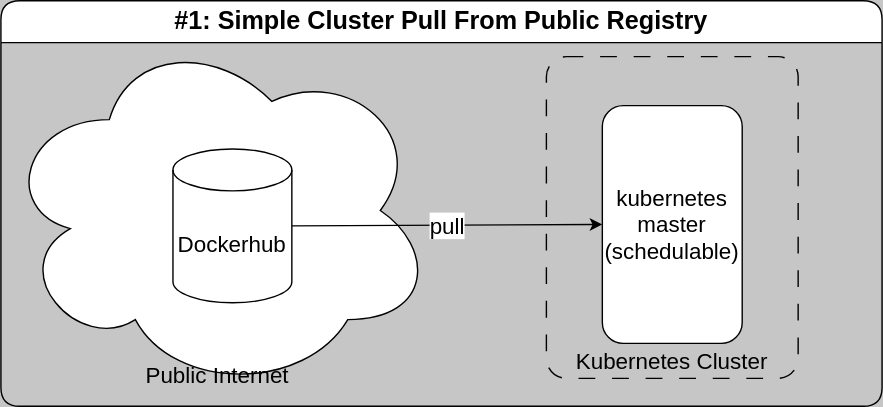
Earlier version of the draw.io export content/explainer/container-oci-registry/pull-a-public-container-image/1-simple-k8s-pull-from-public.drawio.svg (doughgle/doughgle.github.io). Source tidied: cells renumbered, new cells last; positions are measured from the earlier drawing's top-left corner, leaving out a move shared by most shapes.
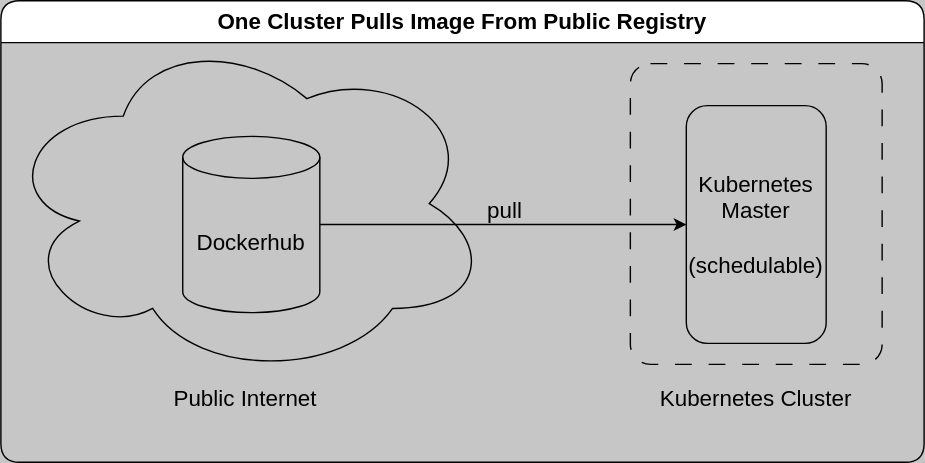
Later version of the same file.

Change to the diagram source:
```diff
@@ -2,23 +2,29 @@
   <root>
     <mxCell id="0" />
     <mxCell id="1" parent="0" />
-    <mxCell id="2" value="#1: Simple Cluster Pull From Public Registry" style="swimlane;whiteSpace=wrap;html=1;hachureGap=4;fontFamily=Helvetica;fontSize=18;rounded=1;startSize=30;" parent="1" vertex="1">
-      <mxGeometry width="630" height="290" as="geometry" />
+    <mxCell id="2" value="One Cluster Pulls Image From Public Registry" style="swimlane;whiteSpace=wrap;html=1;hachureGap=4;fontFamily=Helvetica;fontSize=16;rounded=1;startSize=30;swimlaneLine=1;" parent="1" vertex="1">
+      <mxGeometry width="660" height="330" as="geometry" />
     </mxCell>
-    <mxCell id="3" value="Public Internet" style="ellipse;shape=cloud;whiteSpace=wrap;html=1;fontSize=16;verticalAlign=bottom;" parent="2" vertex="1">
-      <mxGeometry y="20" width="310" height="260" as="geometry" />
+    <mxCell id="3" style="ellipse;shape=cloud;whiteSpace=wrap;html=1;fontSize=16;verticalAlign=bottom;swimlaneLine=1;fillColor=none;" parent="2" vertex="1">
+      <mxGeometry y="20" width="350" height="250" as="geometry" />
     </mxCell>
-    <mxCell id="4" value="Dockerhub" style="shape=cylinder3;whiteSpace=wrap;html=1;boundedLbl=1;backgroundOutline=1;size=15;fontSize=16;" parent="2" vertex="1">
-      <mxGeometry x="123" y="106" width="85" height="110" as="geometry" />
+    <mxCell id="4" value="Dockerhub" style="shape=cylinder3;whiteSpace=wrap;html=1;boundedLbl=1;backgroundOutline=1;size=15;fontSize=16;swimlaneLine=1;fillColor=none;" parent="2" vertex="1">
+      <mxGeometry x="130" y="97" width="98" height="126" as="geometry" />
     </mxCell>
-    <mxCell id="5" value="pull" style="edgeStyle=none;html=1;entryX=0;entryY=0.5;entryDx=0;entryDy=0;exitX=1;exitY=0.5;exitDx=0;exitDy=0;exitPerimeter=0;fontSize=16;" parent="2" edge="1" source="4" target="6">
-      <mxGeometry relative="1" as="geometry" />
+    <mxCell id="5" value="pull" style="edgeStyle=none;html=1;entryX=0;entryY=0.5;entryDx=0;entryDy=0;exitX=1;exitY=0.5;exitDx=0;exitDy=0;exitPerimeter=0;fontSize=16;swimlaneLine=1;fillColor=none;labelBackgroundColor=none;" parent="2" edge="1" source="4" target="6">
+      <mxGeometry x="0.01" y="10" relative="1" as="geometry" />
     </mxCell>
-    <mxCell id="6" value="kubernetes&lt;br style=&quot;font-size: 16px;&quot;&gt;master&lt;br style=&quot;font-size: 16px;&quot;&gt;(schedulable)" style="rounded=1;whiteSpace=wrap;html=1;fontSize=16;" parent="2" vertex="1">
-      <mxGeometry x="430" y="75" width="100" height="170" as="geometry" />
+    <mxCell id="6" value="Kubernetes&lt;br style=&quot;font-size: 16px;&quot;&gt;Master&lt;br&gt;&lt;br style=&quot;font-size: 16px;&quot;&gt;(schedulable)" style="rounded=1;whiteSpace=wrap;html=1;fontSize=16;swimlaneLine=1;fillColor=none;" parent="2" vertex="1">
+      <mxGeometry x="490" y="75" width="100" height="170" as="geometry" />
     </mxCell>
-    <mxCell id="7" value="Kubernetes Cluster" style="rounded=1;whiteSpace=wrap;html=1;fontSize=16;dashed=1;dashPattern=12 12;fillColor=none;arcSize=8;verticalAlign=bottom;" parent="2" vertex="1">
-      <mxGeometry x="390" y="40" width="180" height="230" as="geometry" />
+    <mxCell id="7" style="rounded=1;whiteSpace=wrap;html=1;fontSize=16;dashed=1;dashPattern=12 12;arcSize=8;verticalAlign=bottom;swimlaneLine=1;fillColor=none;" parent="2" vertex="1">
+      <mxGeometry x="450" y="45" width="180" height="215" as="geometry" />
     </mxCell>
+    <mxCell id="8" value="&lt;span style=&quot;font-size: 16px;&quot;&gt;Public Internet&lt;/span&gt;" style="text;strokeColor=none;align=center;fillColor=none;html=1;verticalAlign=middle;whiteSpace=wrap;rounded=0;fontSize=9;" parent="2" vertex="1">
+      <mxGeometry x="95" y="269" width="160" height="30" as="geometry" />
+    </mxCell>
+    <mxCell id="9" value="&lt;span style=&quot;font-size: 16px;&quot;&gt;Kubernetes Cluster&lt;/span&gt;" style="text;strokeColor=none;align=center;fillColor=none;html=1;verticalAlign=middle;whiteSpace=wrap;rounded=0;fontSize=9;" parent="2" vertex="1">
+      <mxGeometry x="460" y="269" width="160" height="30" as="geometry" />
+    </mxCell>
   </root>
 </mxGraphModel>
```
